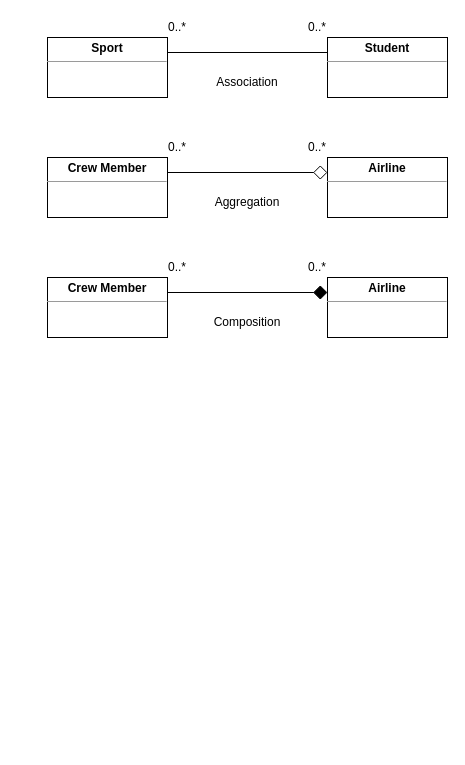
The draw.io diagram ComputerScience/OOD.drawio in LuisCarlosRojasTorres/Books, before the edit. Source tidied: cells renumbered, new cells numbered last; positions are measured from the earlier drawing's top-left corner, leaving out a move shared by most shapes. Both pictures are drawn from the tidied source at 100%, with x=0, y=0 at pixel (47, 17).
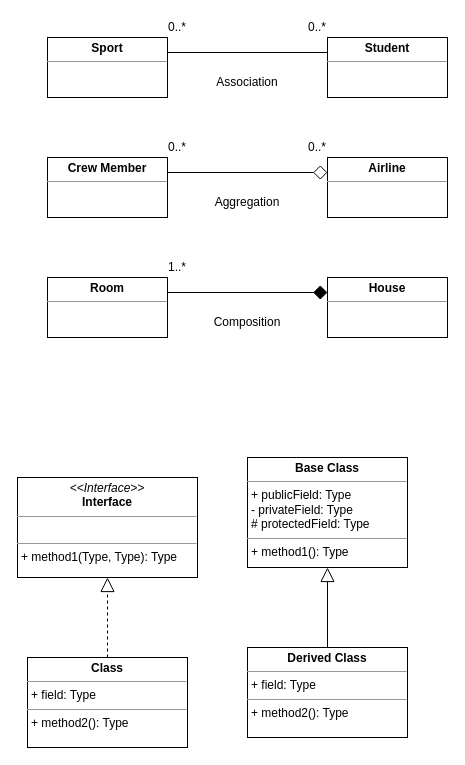
After the change.

Diff of the diagram source:
```diff
@@
-    <mxCell id="13" value="&lt;p style=&quot;margin:0px;margin-top:4px;text-align:center;&quot;&gt;&lt;b&gt;Crew Member&lt;/b&gt;&lt;/p&gt;&lt;hr size=&quot;1&quot;&gt;&lt;div style=&quot;height:2px;&quot;&gt;&lt;br&gt;&lt;/div&gt;" style="verticalAlign=top;align=left;overflow=fill;fontSize=12;fontFamily=Helvetica;html=1;" parent="1" vertex="1">
+    <mxCell id="13" value="&lt;p style=&quot;margin:0px;margin-top:4px;text-align:center;&quot;&gt;&lt;b&gt;Room&lt;/b&gt;&lt;/p&gt;&lt;hr size=&quot;1&quot;&gt;&lt;div style=&quot;height:2px;&quot;&gt;&lt;br&gt;&lt;/div&gt;" style="verticalAlign=top;align=left;overflow=fill;fontSize=12;fontFamily=Helvetica;html=1;" parent="1" vertex="1">
       <mxGeometry y="260" width="120" height="60" as="geometry" />
     </mxCell>
-    <mxCell id="14" value="&lt;p style=&quot;margin:0px;margin-top:4px;text-align:center;&quot;&gt;&lt;b&gt;Airline&lt;/b&gt;&lt;/p&gt;&lt;hr size=&quot;1&quot;&gt;&lt;div style=&quot;height:2px;&quot;&gt;&lt;br&gt;&lt;/div&gt;" style="verticalAlign=top;align=left;overflow=fill;fontSize=12;fontFamily=Helvetica;html=1;" parent="1" vertex="1">
+    <mxCell id="14" value="&lt;p style=&quot;margin:0px;margin-top:4px;text-align:center;&quot;&gt;&lt;b&gt;House&lt;/b&gt;&lt;/p&gt;&lt;hr size=&quot;1&quot;&gt;&lt;div style=&quot;height:2px;&quot;&gt;&lt;br&gt;&lt;/div&gt;" style="verticalAlign=top;align=left;overflow=fill;fontSize=12;fontFamily=Helvetica;html=1;" parent="1" vertex="1">
       <mxGeometry x="280" y="260" width="120" height="60" as="geometry" />
     </mxCell>
-    <mxCell id="15" value="0..*" style="text;html=1;strokeColor=none;fillColor=none;align=center;verticalAlign=middle;whiteSpace=wrap;rounded=0;" parent="1" vertex="1">
-      <mxGeometry x="260" y="240" width="20" height="20" as="geometry" />
-    </mxCell>
-    <mxCell id="16" value="0..*" style="text;html=1;strokeColor=none;fillColor=none;align=center;verticalAlign=middle;whiteSpace=wrap;rounded=0;" parent="1" vertex="1">
+    <mxCell id="16" value="1..*" style="text;html=1;strokeColor=none;fillColor=none;align=center;verticalAlign=middle;whiteSpace=wrap;rounded=0;" parent="1" vertex="1">
       <mxGeometry x="120" y="240" width="20" height="20" as="geometry" />
     </mxCell>
@@
+    <mxCell id="20" value="&lt;p style=&quot;margin:0px;margin-top:4px;text-align:center;&quot;&gt;&lt;i&gt;&amp;lt;&amp;lt;Interface&amp;gt;&amp;gt;&lt;/i&gt;&lt;br&gt;&lt;b&gt;Interface&lt;/b&gt;&lt;/p&gt;&lt;hr size=&quot;1&quot;&gt;&lt;p style=&quot;margin:0px;margin-left:4px;&quot;&gt;&lt;br&gt;&lt;/p&gt;&lt;hr size=&quot;1&quot;&gt;&lt;p style=&quot;margin:0px;margin-left:4px;&quot;&gt;+ method1(Type, Type): Type&lt;/p&gt;" style="verticalAlign=top;align=left;overflow=fill;fontSize=12;fontFamily=Helvetica;html=1;" parent="1" vertex="1">
+      <mxGeometry x="-30" y="460" width="180" height="100" as="geometry" />
+    </mxCell>
+    <mxCell id="21" style="edgeStyle=orthogonalEdgeStyle;rounded=0;jettySize=auto;html=1;exitX=0.5;exitY=0;exitDx=0;exitDy=0;endArrow=block;endFill=0;dashed=1;endSize=12;" parent="1" edge="1" source="22" target="20">
+      <mxGeometry relative="1" as="geometry" />
+    </mxCell>
+    <mxCell id="22" value="&lt;p style=&quot;margin:0px;margin-top:4px;text-align:center;&quot;&gt;&lt;b&gt;Class&lt;/b&gt;&lt;/p&gt;&lt;hr size=&quot;1&quot;&gt;&lt;p style=&quot;margin:0px;margin-left:4px;&quot;&gt;+ field: Type&lt;/p&gt;&lt;hr size=&quot;1&quot;&gt;&lt;p style=&quot;margin:0px;margin-left:4px;&quot;&gt;+ method2(): Type&lt;/p&gt;" style="verticalAlign=top;align=left;overflow=fill;fontSize=12;fontFamily=Helvetica;html=1;" parent="1" vertex="1">
+      <mxGeometry x="-20" y="640" width="160" height="90" as="geometry" />
+    </mxCell>
+    <mxCell id="23" value="&lt;p style=&quot;margin:0px;margin-top:4px;text-align:center;&quot;&gt;&lt;b&gt;Base Class&lt;/b&gt;&lt;/p&gt;&lt;hr size=&quot;1&quot;&gt;&lt;p style=&quot;margin:0px;margin-left:4px;&quot;&gt;+ publicField: Type&lt;/p&gt;&lt;p style=&quot;margin:0px;margin-left:4px;&quot;&gt;- privateField: Type&lt;br&gt;&lt;/p&gt;&lt;p style=&quot;margin:0px;margin-left:4px;&quot;&gt;# protectedField: Type&lt;br&gt;&lt;/p&gt;&lt;hr size=&quot;1&quot;&gt;&lt;p style=&quot;margin:0px;margin-left:4px;&quot;&gt;+ method1(): Type&lt;/p&gt;" style="verticalAlign=top;align=left;overflow=fill;fontSize=12;fontFamily=Helvetica;html=1;" parent="1" vertex="1">
+      <mxGeometry x="200" y="440" width="160" height="110" as="geometry" />
+    </mxCell>
+    <mxCell id="24" style="edgeStyle=orthogonalEdgeStyle;rounded=0;jettySize=auto;html=1;exitX=0.5;exitY=0;exitDx=0;exitDy=0;entryX=0.5;entryY=1;entryDx=0;entryDy=0;endArrow=block;endFill=0;endSize=12;" parent="1" edge="1" source="25" target="23">
+      <mxGeometry relative="1" as="geometry" />
+    </mxCell>
+    <mxCell id="25" value="&lt;p style=&quot;margin:0px;margin-top:4px;text-align:center;&quot;&gt;&lt;b&gt;Derived Class&lt;/b&gt;&lt;/p&gt;&lt;hr size=&quot;1&quot;&gt;&lt;p style=&quot;margin:0px;margin-left:4px;&quot;&gt;+ field: Type&lt;/p&gt;&lt;hr size=&quot;1&quot;&gt;&lt;p style=&quot;margin:0px;margin-left:4px;&quot;&gt;+ method2(): Type&lt;/p&gt;" style="verticalAlign=top;align=left;overflow=fill;fontSize=12;fontFamily=Helvetica;html=1;" parent="1" vertex="1">
+      <mxGeometry x="200" y="630" width="160" height="90" as="geometry" />
+    </mxCell>
```
